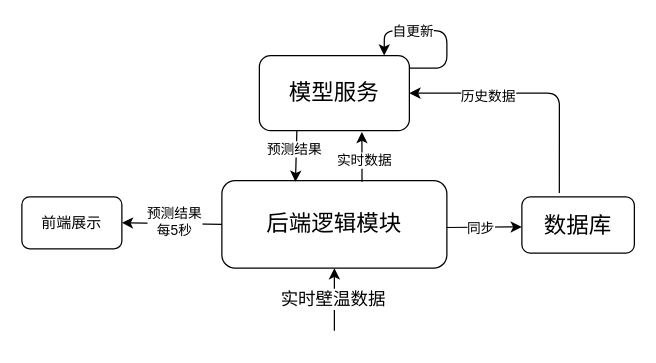
The draw.io diagram 流程图.dio in 937030036/TemperatureFieldPrediction, before the edit. Source tidied: cells renumbered, new cells numbered last; positions are measured from the earlier drawing's top-left corner, leaving out a move shared by most shapes. Both pictures are drawn from the tidied source at 125%, with x=0, y=0 at pixel (21, 30).
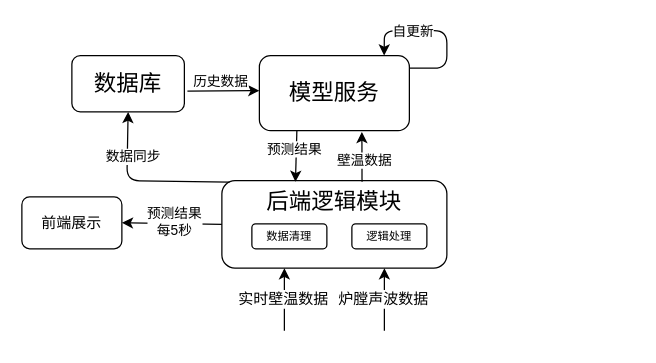
Above is the later version.

Unchanged cells that the change refers to:
```xml
<mxCell id="6" value="&lt;font style=&quot;font-size: 18px;&quot;&gt;模型服务&lt;/font&gt;" style="rounded=1;whiteSpace=wrap;html=1;" parent="1" vertex="1">
  <mxGeometry x="190" y="20" width="120" height="60" as="geometry" />
</mxCell>
<mxCell id="9" style="endArrow=classic;html=1;exitX=0.623;exitY=0.014;exitDx=0;exitDy=0;exitPerimeter=0;" parent="1" edge="1" source="2">
  <mxGeometry relative="1" as="geometry">
    <mxPoint x="272" y="81" as="targetPoint" />
  </mxGeometry>
</mxCell>
```

Diff of the diagram source:
```diff
@@
-    <mxCell id="2" value="&lt;font style=&quot;font-size: 18px;&quot;&gt;后端逻辑模块&lt;/font&gt;" style="rounded=1;whiteSpace=wrap;html=1;" parent="1" vertex="1">
+    <mxCell id="2" value="&lt;font style=&quot;font-size: 18px;&quot;&gt;后端逻辑模块&lt;/font&gt;" style="rounded=1;whiteSpace=wrap;html=1;horizontal=1;verticalAlign=top;" parent="1" vertex="1">
       <mxGeometry x="160" y="120" width="180" height="70" as="geometry" />
     </mxCell>
-    <mxCell id="3" style="endArrow=classic;html=1;entryX=0.5;entryY=1;entryDx=0;entryDy=0;" parent="1" edge="1" target="2">
+    <mxCell id="3" style="endArrow=classic;html=1;entryX=0.5;entryY=1;entryDx=0;entryDy=0;" parent="1" edge="1">
       <mxGeometry relative="1" as="geometry">
-        <mxPoint x="250" y="240" as="sourcePoint" />
+        <mxPoint x="210" y="240" as="sourcePoint" />
+        <mxPoint x="210" y="190" as="targetPoint" />
       </mxGeometry>
     </mxCell>
-    <mxCell id="4" value="&lt;font style=&quot;font-size: 14px;&quot;&gt;实时壁温数据&lt;/font&gt;" style="edgeLabel;html=1;align=center;verticalAlign=middle;" parent="3" vertex="1">
+    <mxCell id="4" value="&lt;font style=&quot;font-size: 12px;&quot;&gt;实时壁温数据&lt;/font&gt;" style="edgeLabel;html=1;align=center;verticalAlign=middle;" parent="3" vertex="1">
       <mxGeometry x="-0.2" y="2" relative="1" as="geometry">
         <mxPoint y="-6" as="offset" />
       </mxGeometry>
     </mxCell>
     <mxCell id="5" value="&lt;font style=&quot;font-size: 18px;&quot;&gt;数据库&lt;/font&gt;" style="rounded=1;whiteSpace=wrap;html=1;" parent="1" vertex="1">
-      <mxGeometry x="400" y="133" width="90" height="45" as="geometry" />
+      <mxGeometry x="40" y="20" width="90" height="45" as="geometry" />
     </mxCell>
@@
-    <mxCell id="7" style="endArrow=classic;html=1;exitX=1;exitY=0.75;exitDx=0;exitDy=0;" parent="1" edge="1">
+    <mxCell id="7" style="endArrow=classic;html=1;exitX=0.034;exitY=0.018;exitDx=0;exitDy=0;entryX=0.5;entryY=1;entryDx=0;entryDy=0;exitPerimeter=0;" parent="1" edge="1" source="2" target="5">
       <mxGeometry relative="1" as="geometry">
-        <mxPoint x="340" y="157.5" as="sourcePoint" />
-        <mxPoint x="400" y="157" as="targetPoint" />
+        <Array as="points">
+          <mxPoint x="84" y="120" />
+        </Array>
       </mxGeometry>
     </mxCell>
-    <mxCell id="8" value="&lt;font style=&quot;font-size: 11px;&quot;&gt;同步&lt;/font&gt;" style="edgeLabel;html=1;align=center;verticalAlign=middle;" parent="7" vertex="1">
+    <mxCell id="8" value="&lt;font style=&quot;font-size: 11px;&quot;&gt;数据同步&lt;/font&gt;" style="edgeLabel;html=1;align=center;verticalAlign=middle;" parent="7" vertex="1">
       <mxGeometry relative="1" as="geometry">
-        <mxPoint x="-3" as="offset" />
+        <mxPoint x="-9" y="-20" as="offset" />
       </mxGeometry>
     </mxCell>
@@
-    <mxCell id="10" value="实时数据" style="edgeLabel;html=1;align=center;verticalAlign=middle;" parent="9" vertex="1">
+    <mxCell id="10" value="壁温数据" style="edgeLabel;html=1;align=center;verticalAlign=middle;" parent="9" vertex="1">
       <mxGeometry x="0.04" y="-1" relative="1" as="geometry">
         <mxPoint y="4" as="offset" />
       </mxGeometry>
     </mxCell>
@@
-    <mxCell id="13" style="endArrow=classic;html=1;entryX=1;entryY=0.5;entryDx=0;entryDy=0;exitX=0.333;exitY=-0.067;exitDx=0;exitDy=0;exitPerimeter=0;" parent="1" edge="1" source="5" target="6">
+    <mxCell id="13" style="endArrow=classic;html=1;exitX=1.027;exitY=0.632;exitDx=0;exitDy=0;exitPerimeter=0;" parent="1" edge="1" source="5">
       <mxGeometry relative="1" as="geometry">
-        <Array as="points">
-          <mxPoint x="430" y="50" />
-        </Array>
+        <mxPoint x="190" y="48" as="targetPoint" />
       </mxGeometry>
     </mxCell>
     <mxCell id="14" value="历史数据" style="edgeLabel;html=1;align=center;verticalAlign=middle;" parent="13" vertex="1">
-      <mxGeometry x="0.37" y="2" relative="1" as="geometry" />
+      <mxGeometry x="0.37" y="2" relative="1" as="geometry">
+        <mxPoint x="-13" y="-6" as="offset" />
+      </mxGeometry>
     </mxCell>
@@
+    <mxCell id="20" style="endArrow=classic;html=1;entryX=0.5;entryY=1;entryDx=0;entryDy=0;" parent="1" edge="1">
+      <mxGeometry relative="1" as="geometry">
+        <mxPoint x="290" y="240" as="sourcePoint" />
+        <mxPoint x="290" y="190" as="targetPoint" />
+      </mxGeometry>
+    </mxCell>
+    <mxCell id="21" value="&lt;font style=&quot;font-size: 12px;&quot;&gt;炉膛声波数据&lt;/font&gt;" style="edgeLabel;html=1;align=center;verticalAlign=middle;" parent="20" vertex="1">
+      <mxGeometry x="-0.2" y="2" relative="1" as="geometry">
+        <mxPoint y="-6" as="offset" />
+      </mxGeometry>
+    </mxCell>
+    <mxCell id="22" value="数据清理" style="rounded=1;whiteSpace=wrap;html=1;fontSize=9;" parent="1" vertex="1">
+      <mxGeometry x="184" y="154.5" width="60" height="20" as="geometry" />
+    </mxCell>
+    <mxCell id="23" value="逻辑处理" style="rounded=1;whiteSpace=wrap;html=1;fontSize=9;" parent="1" vertex="1">
+      <mxGeometry x="264" y="154.5" width="60" height="20" as="geometry" />
+    </mxCell>
```
